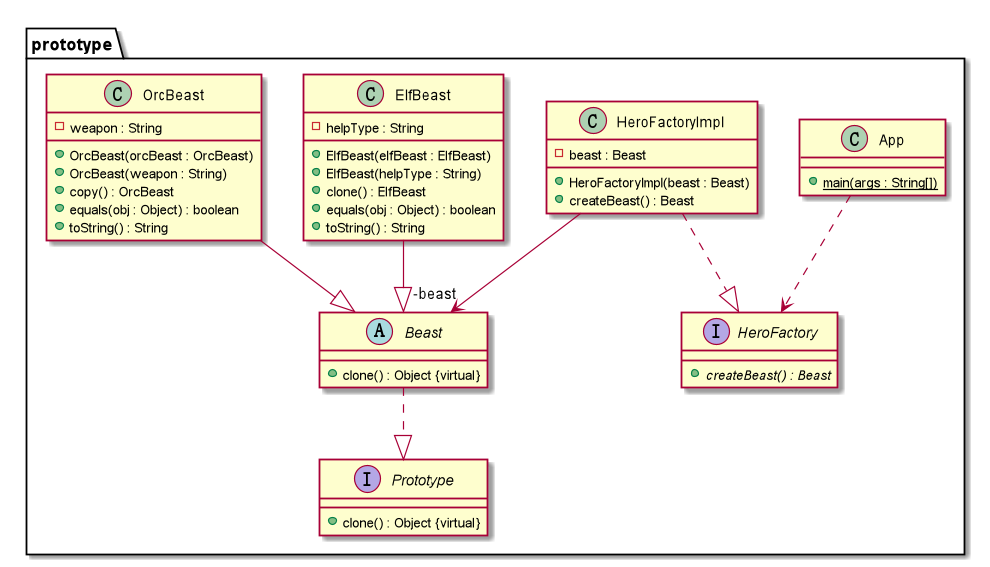
The PlantUML diagram Prototype/prototype.png in qufeiyan/design-patterns-for-c, before a commit.
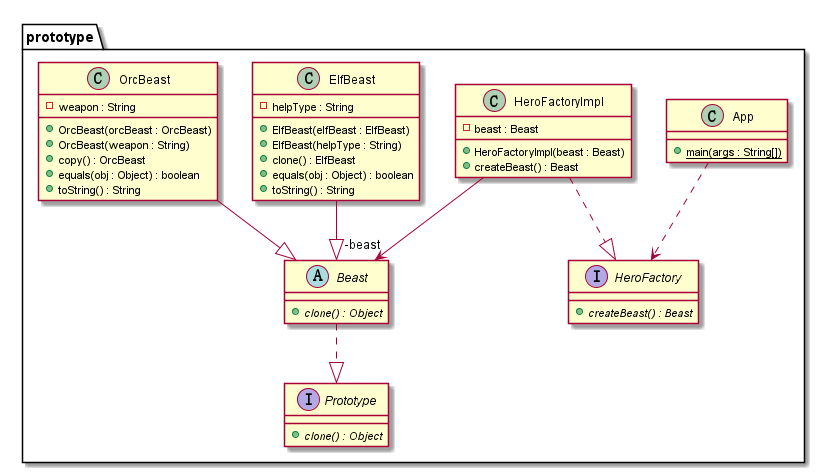
After the change.

Diff of the diagram source:
```diff
@@ -4,10 +4,10 @@
     + main(args : String[]) {static}
   }
   interface Prototype {
-    + clone() : Object {virtual}
+    + clone() : Object {abstract}
   }
   abstract class Beast{
-    + clone() : Object {virtual}
+    + clone() : Object {abstract}
   }
   class ElfBeast {
     - helpType : String
```
